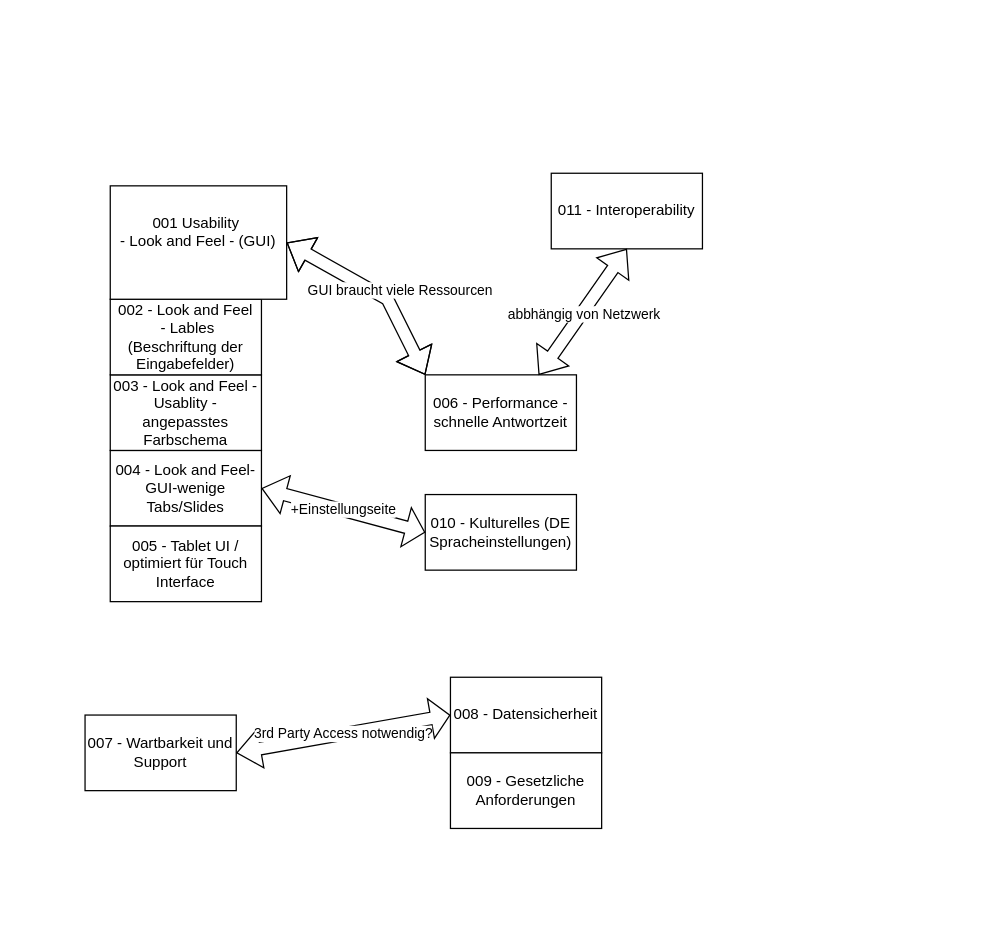
The draw.io diagram 1_Requirements_VolereSnowCards/VolereSnowCards_Conflicts.drawio in 20SEBastian03/PraktikumSoftwaretechnik2024_25, before the edit. Source tidied: cells renumbered, new cells numbered last; positions are measured from the earlier drawing's top-left corner, leaving out a move shared by most shapes. Both pictures are drawn from the tidied source at 126%, with x=0, y=0 at pixel (84, 173).
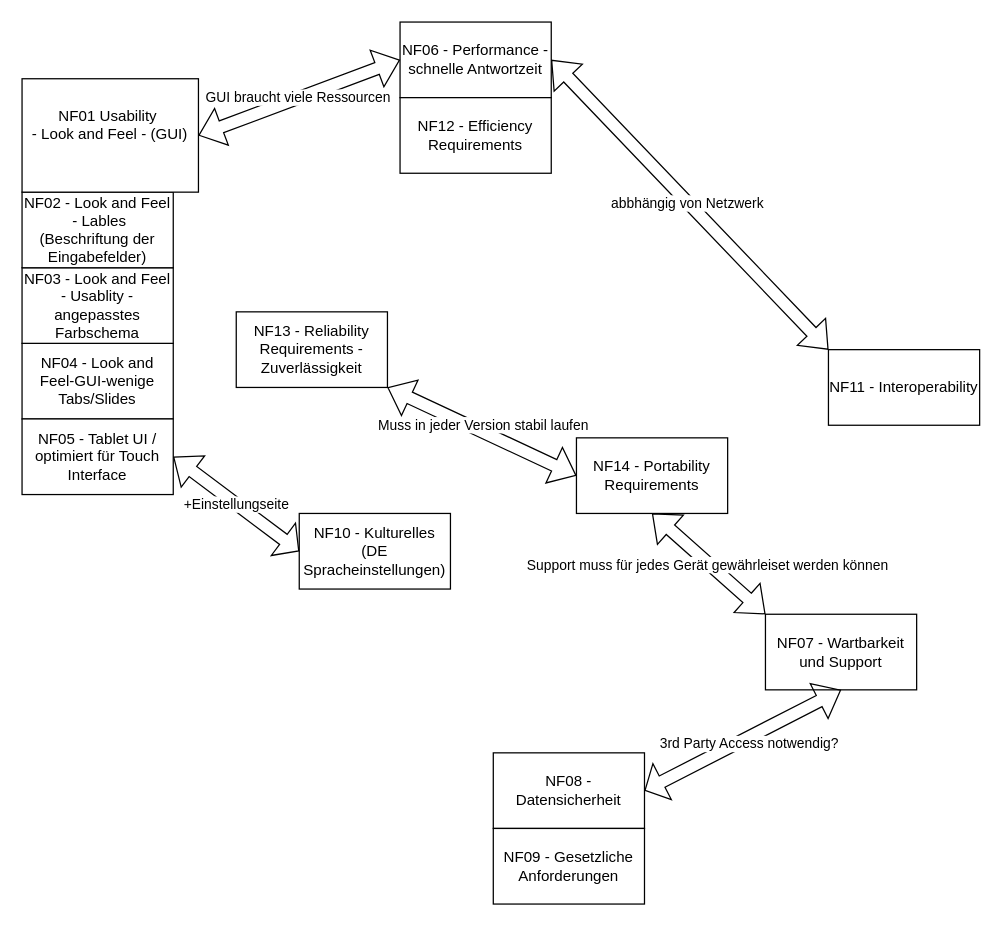
The same diagram, later.

Diff of the diagram source:
```diff
@@
-    <mxCell id="2" value="004 - Look and Feel-GUI-wenige Tabs/Slides" style="rounded=0;whiteSpace=wrap;html=1;" parent="1" vertex="1">
-      <mxGeometry x="20" y="220" width="120" height="60" as="geometry" />
+    <mxCell id="2" value="NF04 - Look and Feel-GUI-wenige Tabs/Slides" style="rounded=0;whiteSpace=wrap;html=1;" parent="1" vertex="1">
+      <mxGeometry x="-50" y="135" width="120" height="60" as="geometry" />
     </mxCell>
-    <mxCell id="3" value="003 -&amp;nbsp;Look and Feel - Usablity - angepasstes Farbschema" style="rounded=0;whiteSpace=wrap;html=1;" parent="1" vertex="1">
-      <mxGeometry x="20" y="160" width="120" height="60" as="geometry" />
+    <mxCell id="3" value="NF03 -&amp;nbsp;Look and Feel - Usablity - angepasstes Farbschema" style="rounded=0;whiteSpace=wrap;html=1;" parent="1" vertex="1">
+      <mxGeometry x="-50" y="75" width="120" height="60" as="geometry" />
     </mxCell>
-    <mxCell id="4" value="005 - Tablet UI / optimiert für Touch Interface" style="rounded=0;whiteSpace=wrap;html=1;" parent="1" vertex="1">
-      <mxGeometry x="20" y="280" width="120" height="60" as="geometry" />
+    <mxCell id="4" value="NF05 - Tablet UI / optimiert für Touch Interface" style="rounded=0;whiteSpace=wrap;html=1;" parent="1" vertex="1">
+      <mxGeometry x="-50" y="195" width="120" height="60" as="geometry" />
     </mxCell>
-    <mxCell id="5" value="006 - Performance - schnelle Antwortzeit" style="rounded=0;whiteSpace=wrap;html=1;" parent="1" vertex="1">
-      <mxGeometry x="270" y="160" width="120" height="60" as="geometry" />
+    <mxCell id="5" value="NF06 - Performance - schnelle Antwortzeit" style="rounded=0;whiteSpace=wrap;html=1;" parent="1" vertex="1">
+      <mxGeometry x="250" y="-120" width="120" height="60" as="geometry" />
     </mxCell>
-    <mxCell id="6" value="007 - Wartbarkeit und Support" style="rounded=0;whiteSpace=wrap;html=1;" parent="1" vertex="1">
-      <mxGeometry y="430" width="120" height="60" as="geometry" />
+    <mxCell id="6" value="NF07 - Wartbarkeit und Support" style="rounded=0;whiteSpace=wrap;html=1;" parent="1" vertex="1">
+      <mxGeometry x="540" y="350" width="120" height="60" as="geometry" />
     </mxCell>
-    <mxCell id="7" value="008 - Datensicherheit" style="rounded=0;whiteSpace=wrap;html=1;" parent="1" vertex="1">
-      <mxGeometry x="290" y="400" width="120" height="60" as="geometry" />
+    <mxCell id="7" value="NF08 - Datensicherheit" style="rounded=0;whiteSpace=wrap;html=1;" parent="1" vertex="1">
+      <mxGeometry x="324" y="460" width="120" height="60" as="geometry" />
     </mxCell>
-    <mxCell id="8" value="009 - Gesetzliche Anforderungen" style="rounded=0;whiteSpace=wrap;html=1;" parent="1" vertex="1">
-      <mxGeometry x="290" y="460" width="120" height="60" as="geometry" />
+    <mxCell id="8" value="NF09 - Gesetzliche Anforderungen" style="rounded=0;whiteSpace=wrap;html=1;" parent="1" vertex="1">
+      <mxGeometry x="324" y="520" width="120" height="60" as="geometry" />
     </mxCell>
-    <mxCell id="9" value="010 - Kulturelles (DE Spracheinstellungen)" style="rounded=0;whiteSpace=wrap;html=1;" parent="1" vertex="1">
-      <mxGeometry x="270" y="255" width="120" height="60" as="geometry" />
+    <mxCell id="9" value="NF10 - Kulturelles (DE Spracheinstellungen)" style="rounded=0;whiteSpace=wrap;html=1;" parent="1" vertex="1">
+      <mxGeometry x="170" y="270" width="120" height="60" as="geometry" />
     </mxCell>
-    <mxCell id="10" value="002 - Look and Feel&lt;div&gt;&amp;nbsp;- Lables&lt;div&gt;(Beschriftung der Eingabefelder)&lt;/div&gt;&lt;/div&gt;" style="rounded=0;whiteSpace=wrap;html=1;" parent="1" vertex="1">
-      <mxGeometry x="20" y="100" width="120" height="60" as="geometry" />
+    <mxCell id="10" value="NF02 - Look and Feel&lt;div&gt;&amp;nbsp;- Lables&lt;div&gt;(Beschriftung der Eingabefelder)&lt;/div&gt;&lt;/div&gt;" style="rounded=0;whiteSpace=wrap;html=1;" parent="1" vertex="1">
+      <mxGeometry x="-50" y="15" width="120" height="60" as="geometry" />
     </mxCell>
-    <mxCell id="11" value="001&amp;nbsp;&lt;span style=&quot;background-color: initial;&quot;&gt;Usability&amp;nbsp;&lt;/span&gt;&lt;div&gt;&lt;div style=&quot;font-size: 14px;&quot;&gt;&lt;div style=&quot;font-size: 12px; text-align: left; text-wrap-mode: nowrap;&quot;&gt;&lt;span style=&quot;text-align: center; text-wrap-mode: wrap;&quot;&gt;- Look and Feel - (GUI&lt;/span&gt;&lt;span style=&quot;text-align: center; text-wrap-mode: wrap; background-color: initial;&quot;&gt;)&lt;/span&gt;&lt;/div&gt;&lt;div&gt;&lt;span style=&quot;text-align: center; text-wrap-mode: wrap; background-color: initial;&quot;&gt;&lt;br&gt;&lt;/span&gt;&lt;/div&gt;&lt;/div&gt;&lt;/div&gt;" style="rounded=0;whiteSpace=wrap;html=1;" parent="1" vertex="1">
-      <mxGeometry x="20" y="10" width="140" height="90" as="geometry" />
+    <mxCell id="11" value="NF01&amp;nbsp;&lt;span style=&quot;background-color: initial;&quot;&gt;Usability&amp;nbsp;&lt;/span&gt;&lt;div&gt;&lt;div style=&quot;font-size: 14px;&quot;&gt;&lt;div style=&quot;font-size: 12px; text-align: left; text-wrap-mode: nowrap;&quot;&gt;&lt;span style=&quot;text-align: center; text-wrap-mode: wrap;&quot;&gt;- Look and Feel - (GUI&lt;/span&gt;&lt;span style=&quot;text-align: center; text-wrap-mode: wrap; background-color: initial;&quot;&gt;)&lt;/span&gt;&lt;/div&gt;&lt;div&gt;&lt;span style=&quot;text-align: center; text-wrap-mode: wrap; background-color: initial;&quot;&gt;&lt;br&gt;&lt;/span&gt;&lt;/div&gt;&lt;/div&gt;&lt;/div&gt;" style="rounded=0;whiteSpace=wrap;html=1;" parent="1" vertex="1">
+      <mxGeometry x="-50" y="-75" width="140" height="90" as="geometry" />
     </mxCell>
-    <mxCell id="12" style="shape=flexArrow;endArrow=classic;startArrow=classic;html=1;rounded=0;exitX=1;exitY=0.5;exitDx=0;exitDy=0;" parent="1" edge="1" source="11">
-      <mxGeometry relative="1" as="geometry">
-        <mxPoint x="270" y="160" as="targetPoint" />
-        <Array as="points">
-          <mxPoint x="240" y="100" />
-        </Array>
-      </mxGeometry>
+    <mxCell id="12" style="shape=flexArrow;endArrow=classic;startArrow=classic;html=1;rounded=0;exitX=1;exitY=0.5;exitDx=0;exitDy=0;entryX=0;entryY=0.5;entryDx=0;entryDy=0;" parent="1" edge="1" source="11" target="5">
+      <mxGeometry relative="1" as="geometry" />
     </mxCell>
     <mxCell id="13" value="GUI braucht viele Ressourcen" style="edgeLabel;html=1;align=center;verticalAlign=middle;" parent="12" vertex="1">
       <mxGeometry y="1" relative="1" as="geometry">
-        <mxPoint x="20" as="offset" />
+        <mxPoint x="-1" as="offset" />
       </mxGeometry>
     </mxCell>
-    <mxCell id="14" value="+Einstellungseite" style="shape=flexArrow;endArrow=classic;startArrow=classic;html=1;rounded=0;exitX=1;exitY=0.5;exitDx=0;exitDy=0;endWidth=21;endSize=4.74;entryX=0;entryY=0.5;entryDx=0;entryDy=0;" parent="1" edge="1" target="9">
-      <mxGeometry relative="1" as="geometry">
-        <mxPoint x="140" y="250" as="sourcePoint" />
-      </mxGeometry>
+    <mxCell id="14" value="+Einstellungseite" style="shape=flexArrow;endArrow=classic;startArrow=classic;html=1;rounded=0;exitX=1;exitY=0.5;exitDx=0;exitDy=0;endWidth=21;endSize=4.74;entryX=0;entryY=0.5;entryDx=0;entryDy=0;" parent="1" edge="1" source="4" target="9">
+      <mxGeometry relative="1" as="geometry" />
     </mxCell>
-    <mxCell id="15" value="3rd Party Access notwendig?" style="shape=flexArrow;endArrow=classic;startArrow=classic;html=1;rounded=0;exitX=1;exitY=0.5;exitDx=0;exitDy=0;endWidth=21;endSize=4.74;entryX=0;entryY=0.5;entryDx=0;entryDy=0;" parent="1" edge="1" source="6" target="7">
-      <mxGeometry relative="1" as="geometry" />
+    <mxCell id="15" value="3rd Party Access notwendig?" style="shape=flexArrow;endArrow=classic;startArrow=classic;html=1;rounded=0;exitX=0.5;exitY=1;exitDx=0;exitDy=0;endWidth=21;endSize=4.74;entryX=1;entryY=0.5;entryDx=0;entryDy=0;" parent="1" edge="1" source="6" target="7">
+      <mxGeometry x="-0.03" y="5" relative="1" as="geometry" />
     </mxCell>
-    <mxCell id="16" value="011 - Interoperability" style="rounded=0;whiteSpace=wrap;html=1;" parent="1" vertex="1">
-      <mxGeometry x="370" width="120" height="60" as="geometry" />
+    <mxCell id="16" value="NF11 - Interoperability" style="rounded=0;whiteSpace=wrap;html=1;" parent="1" vertex="1">
+      <mxGeometry x="590" y="140" width="120" height="60" as="geometry" />
     </mxCell>
-    <mxCell id="17" style="shape=flexArrow;endArrow=classic;startArrow=classic;html=1;rounded=0;entryX=0.5;entryY=1;entryDx=0;entryDy=0;" parent="1" edge="1" target="16">
-      <mxGeometry relative="1" as="geometry">
-        <mxPoint x="360" y="160" as="sourcePoint" />
-      </mxGeometry>
+    <mxCell id="17" style="shape=flexArrow;endArrow=classic;startArrow=classic;html=1;rounded=0;entryX=0;entryY=0;entryDx=0;entryDy=0;exitX=1;exitY=0.5;exitDx=0;exitDy=0;" parent="1" edge="1" source="5" target="16">
+      <mxGeometry relative="1" as="geometry" />
     </mxCell>
@@
+    <mxCell id="19" value="NF12 - Efficiency Requirements" style="rounded=0;whiteSpace=wrap;html=1;" parent="1" vertex="1">
+      <mxGeometry x="250" y="-60" width="120" height="60" as="geometry" />
+    </mxCell>
+    <mxCell id="20" value="NF13 - Reliability Requirements - Zuverlässigkeit" style="rounded=0;whiteSpace=wrap;html=1;" parent="1" vertex="1">
+      <mxGeometry x="120" y="110" width="120" height="60" as="geometry" />
+    </mxCell>
+    <mxCell id="21" value="NF14 - Portability Requirements" style="rounded=0;whiteSpace=wrap;html=1;" parent="1" vertex="1">
+      <mxGeometry x="390" y="210" width="120" height="60" as="geometry" />
+    </mxCell>
+    <mxCell id="22" style="shape=flexArrow;endArrow=classic;startArrow=classic;html=1;rounded=0;entryX=1;entryY=1;entryDx=0;entryDy=0;exitX=0;exitY=0.5;exitDx=0;exitDy=0;" parent="1" edge="1" source="21" target="20">
+      <mxGeometry relative="1" as="geometry" />
+    </mxCell>
+    <mxCell id="23" value="Muss in jeder Version stabil laufen" style="edgeLabel;html=1;align=center;verticalAlign=middle;" parent="22" vertex="1">
+      <mxGeometry x="0.03" y="-5" relative="1" as="geometry" />
+    </mxCell>
+    <mxCell id="24" style="shape=flexArrow;endArrow=classic;startArrow=classic;html=1;rounded=0;exitX=0;exitY=0;exitDx=0;exitDy=0;entryX=0.5;entryY=1;entryDx=0;entryDy=0;" parent="1" edge="1" source="6" target="21">
+      <mxGeometry relative="1" as="geometry" />
+    </mxCell>
+    <mxCell id="25" value="Support muss für jedes Gerät gewährleiset werden können" style="edgeLabel;html=1;align=center;verticalAlign=middle;" parent="24" vertex="1">
+      <mxGeometry x="0.01" y="1" relative="1" as="geometry" />
+    </mxCell>
```
